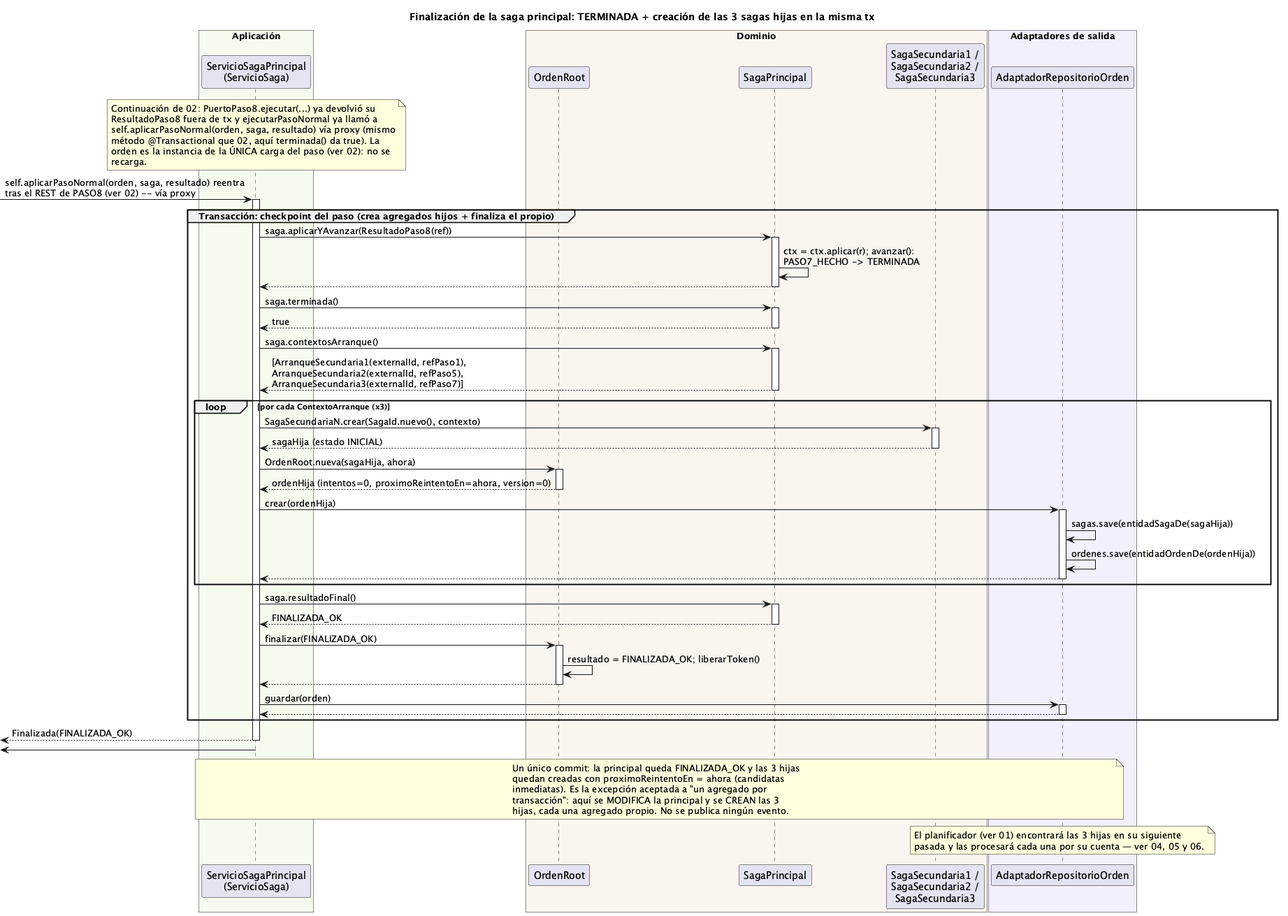
Earlier version of the PlantUML export order-manager/docs/03-finalizacion-saga-principal.png (ralcazar/patrones).
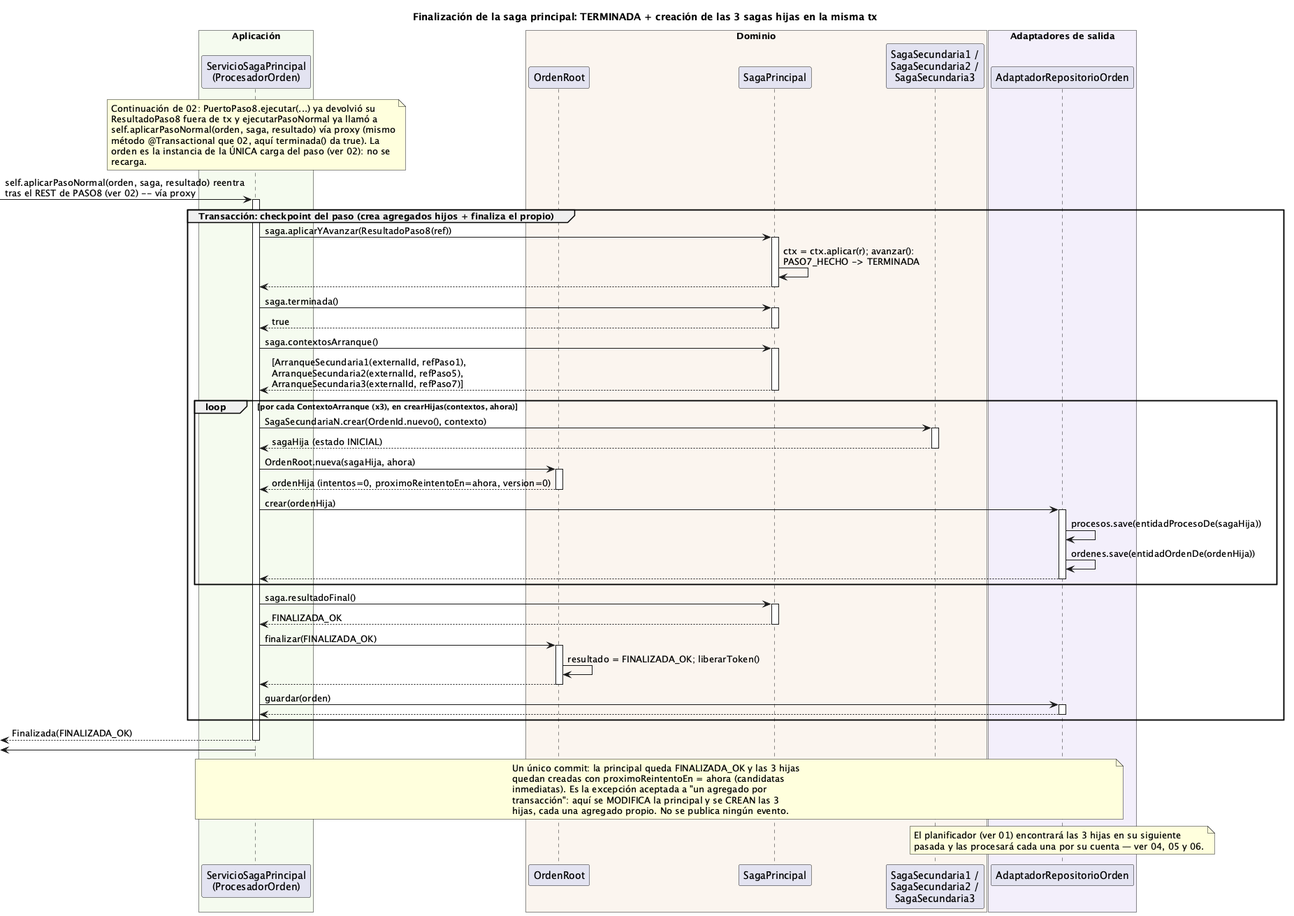
Above is the later version.

Diff of the diagram source:
```diff
@@ -1,9 +1,8 @@
 @startuml 03-finalizacion-saga-principal
-!pragma layout smetana
 title Finalización de la saga principal: TERMINADA + creación de las 3 sagas hijas en la misma tx
 
 box "Aplicación" #F5FBEF
-  participant "ServicioSagaPrincipal\n(ServicioSaga)" as ORQ
+  participant "ServicioSagaPrincipal\n(ProcesadorOrden)" as ORQ
 end box
 box "Dominio" #FBF5EF
   participant "OrdenRoot" as ORDEN
@@ -36,13 +35,13 @@
   ORQ -> SAGA ++ : saga.contextosArranque()
   return [ArranqueSecundaria1(externalId, refPaso1),\nArranqueSecundaria2(externalId, refPaso5),\nArranqueSecundaria3(externalId, refPaso7)]
 
-  loop por cada ContextoArranque (x3)
-    ORQ -> HIJAS ++ : SagaSecundariaN.crear(SagaId.nuevo(), contexto)
+  loop por cada ContextoArranque (x3), en crearHijas(contextos, ahora)
+    ORQ -> HIJAS ++ : SagaSecundariaN.crear(OrdenId.nuevo(), contexto)
     return sagaHija (estado INICIAL)
     ORQ -> ORDEN ++ : OrdenRoot.nueva(sagaHija, ahora)
     return ordenHija (intentos=0, proximoReintentoEn=ahora, version=0)
     ORQ -> REPO ++ : crear(ordenHija)
-    REPO -> REPO : sagas.save(entidadSagaDe(sagaHija))
+    REPO -> REPO : procesos.save(entidadProcesoDe(sagaHija))
     REPO -> REPO : ordenes.save(entidadOrdenDe(ordenHija))
     return
   end
```
